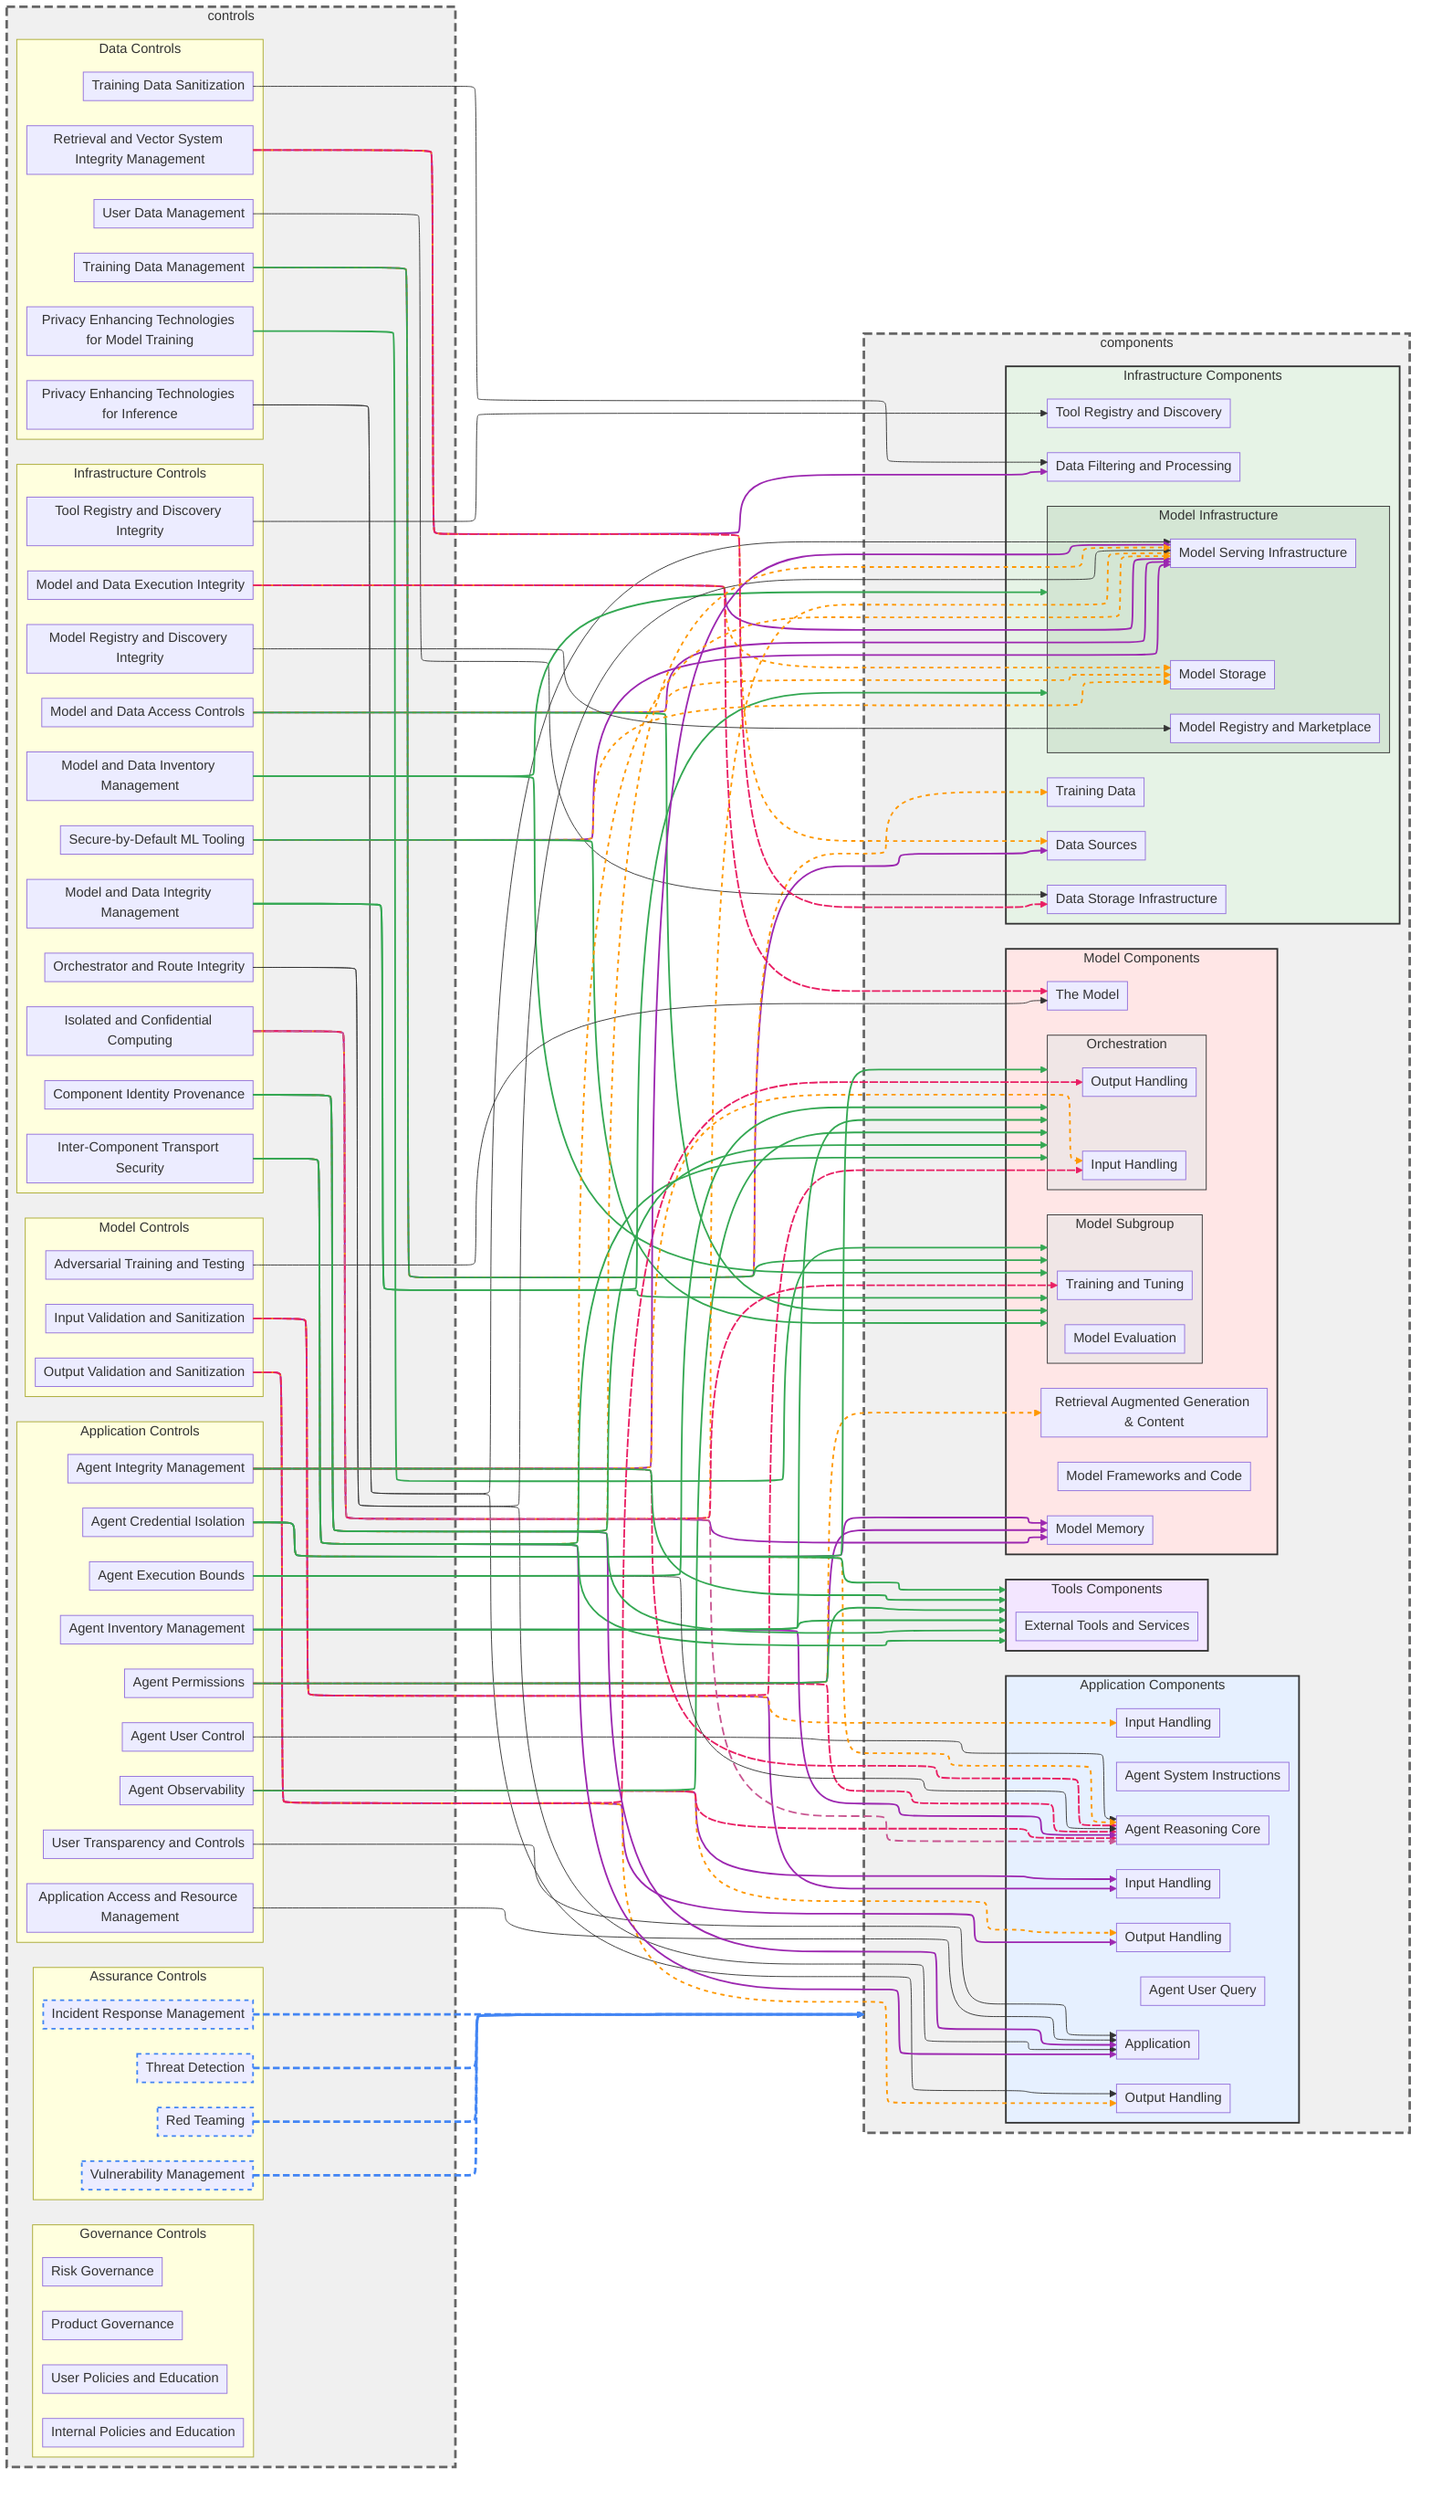
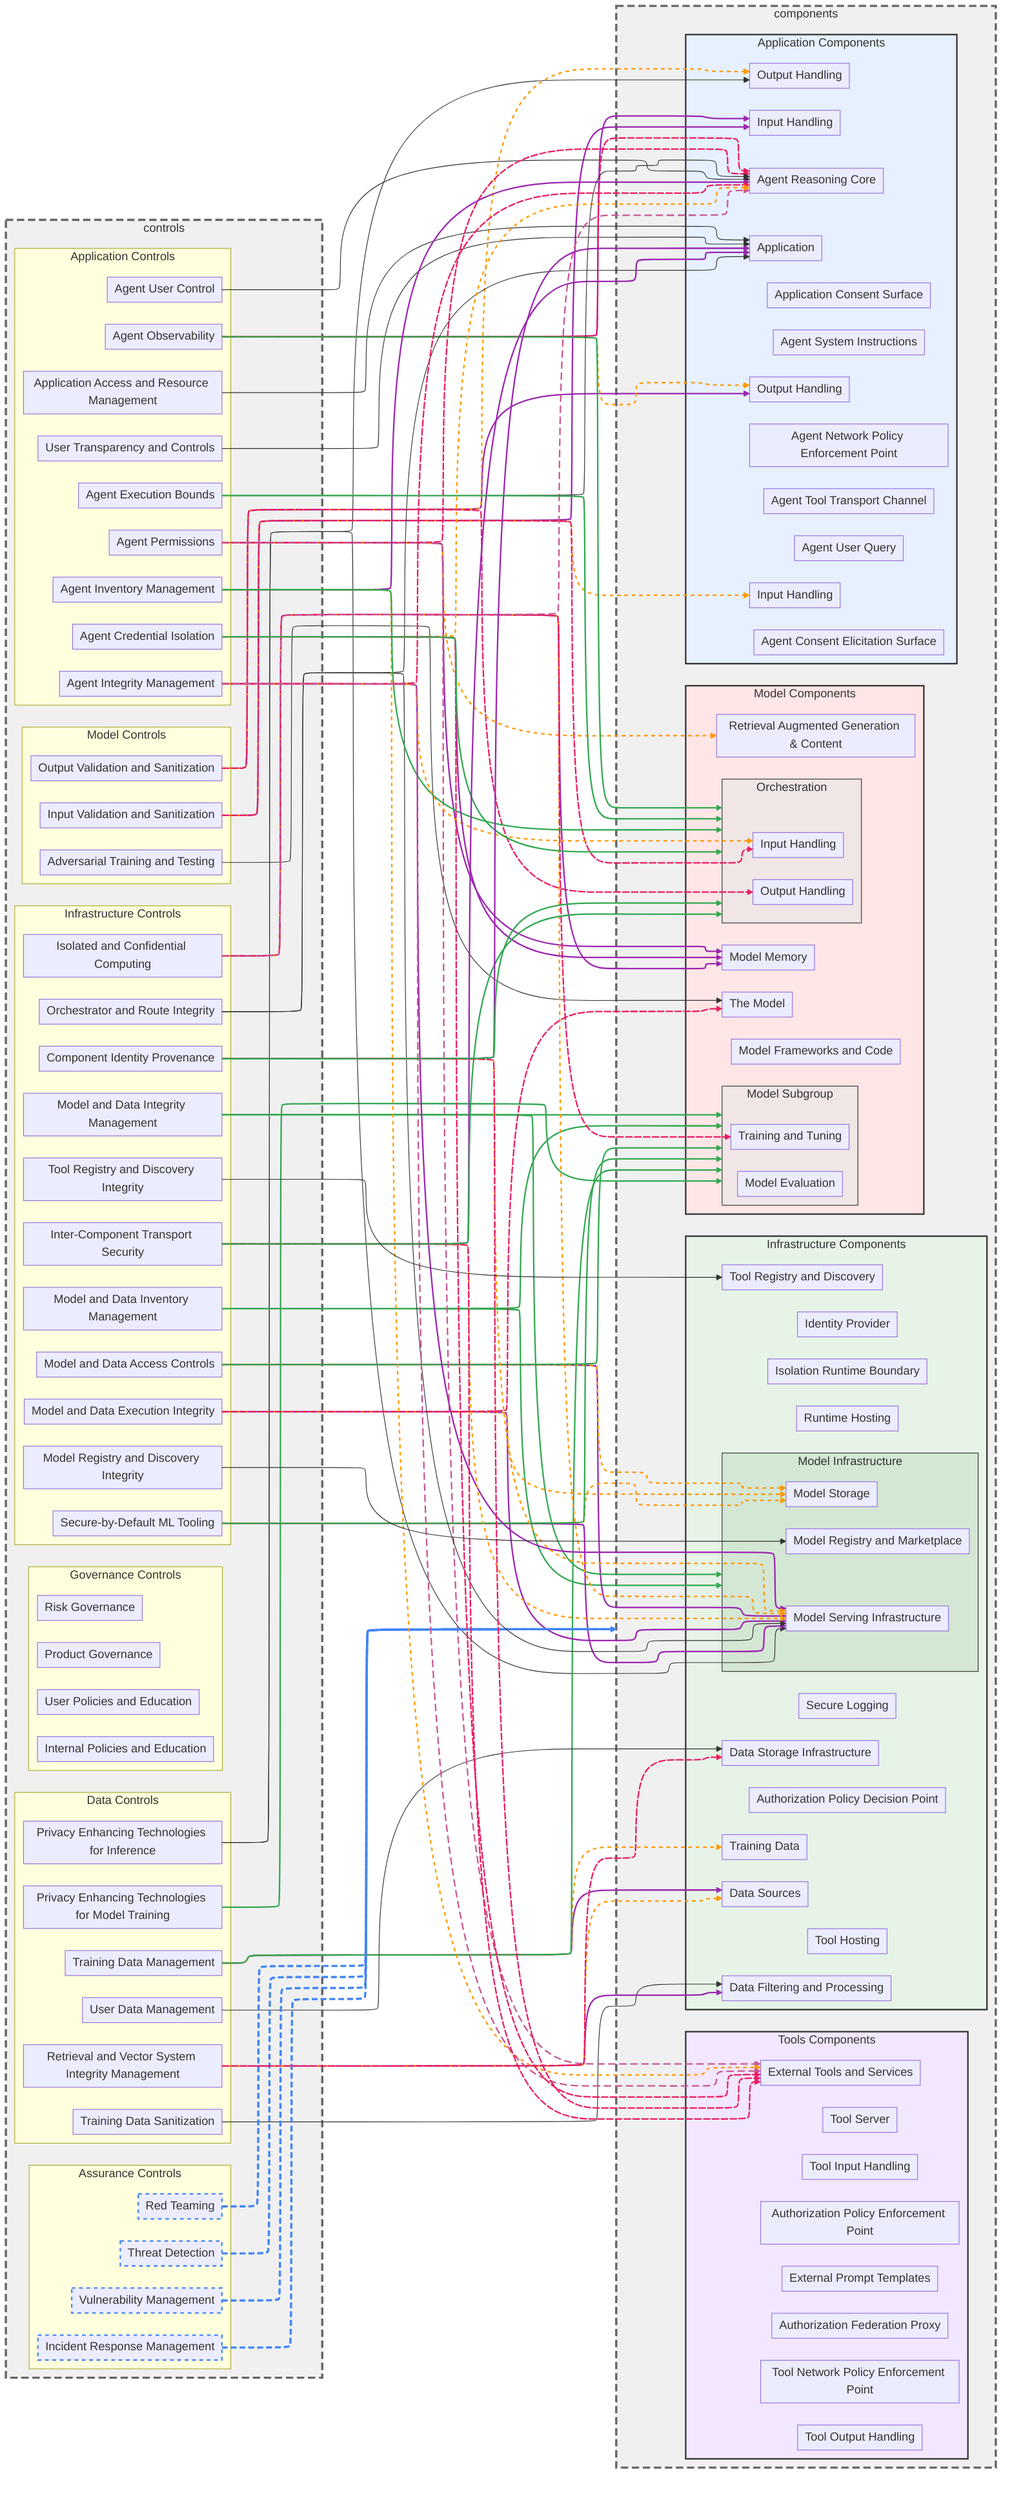
---
config:
  layout: elk
  elk:
    mergeEdges: True
    nodePlacementStrategy: NETWORK_SIMPLEX
---

graph LR
   %%{init: {'flowchart': {'nodeSpacing': 25, 'rankSpacing': 150, 'padding': 5, 'wrappingWidth': 250}}}%%
    classDef hidden display: none;
    classDef allControl stroke:#4285f4,stroke-width:2px,stroke-dasharray: 5 5

    subgraph controls
    subgraph controlsData ["Data Controls"]
        controlModelPrivacyEnhancingTechnologies[Privacy Enhancing Technologies for Model Training]
        controlRetrievalAndVectorSystemIntegrity[Retrieval and Vector System Integrity Management]
        controlRuntimePrivacyEnhancingTechnologies[Privacy Enhancing Technologies for Inference]
        controlTrainingDataManagement[Training Data Management]
        controlTrainingDataSanitization[Training Data Sanitization]
        controlUserDataManagement[User Data Management]
    end

    subgraph controlsInfrastructure ["Infrastructure Controls"]
        controlComponentIdentityProvenance[Component Identity Provenance]
        controlInterComponentTransportSecurity[Inter-Component Transport Security]
        controlIsolatedConfidentialComputing[Isolated and Confidential Computing]
        controlModelAndDataAccessControls[Model and Data Access Controls]
        controlModelAndDataExecutionIntegrity[Model and Data Execution Integrity]
        controlModelAndDataIntegrityManagement[Model and Data Integrity Management]
        controlModelAndDataInventoryManagement[Model and Data Inventory Management]
        controlModelRegistryIntegrity[Model Registry and Discovery Integrity]
        controlOrchestratorAndRouteIntegrity[Orchestrator and Route Integrity]
        controlSecureByDefaultMLTooling[Secure-by-Default ML Tooling]
        controlToolRegistryAndDiscoveryIntegrity[Tool Registry and Discovery Integrity]
    end

    subgraph controlsModel ["Model Controls"]
        controlAdversarialTrainingAndTesting[Adversarial Training and Testing]
        controlInputValidationAndSanitization[Input Validation and Sanitization]
        controlOutputValidationAndSanitization[Output Validation and Sanitization]
    end

    subgraph controlsApplication ["Application Controls"]
        controlAgentCredentialIsolation[Agent Credential Isolation]
        controlAgentExecutionBounds[Agent Execution Bounds]
        controlAgentIntegrityManagement[Agent Integrity Management]
        controlAgentInventoryManagement[Agent Inventory Management]
        controlAgentObservability[Agent Observability]
        controlAgentPluginPermissions[Agent Permissions]
        controlAgentPluginUserControl[Agent User Control]
        controlApplicationAccessManagement[Application Access and Resource Management]
        controlUserTransparencyAndControls[User Transparency and Controls]
    end

    subgraph controlsAssurance ["Assurance Controls"]
        controlIncidentResponseManagement[Incident Response Management]
        controlRedTeaming[Red Teaming]
        controlThreatDetection[Threat Detection]
        controlVulnerabilityManagement[Vulnerability Management]
    end

    subgraph controlsGovernance ["Governance Controls"]
        direction LR
        controlInternalPoliciesAndEducation[Internal Policies and Education]
        controlProductGovernance[Product Governance]
        controlRiskGovernance[Risk Governance]
        controlUserPoliciesAndEducation[User Policies and Education]
    end

    end

    subgraph components
    subgraph componentsInfrastructure ["Infrastructure Components"]
+         componentAuthorizationPolicyDecisionPoint[Authorization Policy Decision Point]
        componentDataFilteringAndProcessing[Data Filtering and Processing]
        componentDataSources[Data Sources]
        componentDataStorage[Data Storage Infrastructure]
+         componentIdentityProvider[Identity Provider]
+         componentIsolationRuntime[Isolation Runtime Boundary]
+         componentRuntimeHosting[Runtime Hosting]
+         componentSecureLogging[Secure Logging]
+         componentToolHosting[Tool Hosting]
        componentToolRegistry[Tool Registry and Discovery]
        componentTrainingData[Training Data]
        subgraph componentsModelInfrastructure ["Model Infrastructure"]
            componentModelRegistry[Model Registry and Marketplace]
            componentModelServing[Model Serving Infrastructure]
            componentModelStorage[Model Storage]
        end
    end

    subgraph componentsModel ["Model Components"]
        componentMemory[Model Memory]
        componentModelFrameworksAndCode[Model Frameworks and Code]
        componentRAGContent[Retrieval Augmented Generation & Content]
        componentTheModel[The Model]
        subgraph componentsModelSubgroup ["Model Subgroup"]
            componentModelEvaluation[Model Evaluation]
            componentModelTrainingTuning[Training and Tuning]
        end
        subgraph componentsOrchestration ["Orchestration"]
            componentOrchestrationInputHandling[Input Handling]
            componentOrchestrationOutputHandling[Output Handling]
        end
    end

    subgraph componentsApplication ["Application Components"]
+         componentAgentConsentSurface[Agent Consent Elicitation Surface]
        componentAgentInputHandling[Input Handling]
+         componentAgentNetworkPolicyEnforcementPoint[Agent Network Policy Enforcement Point]
        componentAgentOutputHandling[Output Handling]
        componentAgentSystemInstruction[Agent System Instructions]
+         componentAgentToolTransport[Agent Tool Transport Channel]
        componentAgentUserQuery[Agent User Query]
        componentApplication[Application]
+         componentApplicationConsentSurface[Application Consent Surface]
        componentApplicationInputHandling[Input Handling]
        componentApplicationOutputHandling[Output Handling]
        componentReasoningCore[Agent Reasoning Core]
    end

    subgraph componentsTools ["Tools Components"]
+         componentAuthorizationPolicyEnforcementPoint[Authorization Policy Enforcement Point]
+         componentExternalPromptTemplate[External Prompt Templates]
+         componentFederationProxy[Authorization Federation Proxy]
+         componentToolInputHandling[Tool Input Handling]
+         componentToolNetworkPolicyEnforcementPoint[Tool Network Policy Enforcement Point]
+         componentToolOutputHandling[Tool Output Handling]
+         componentToolServer[Tool Server]
        componentTools[External Tools and Services]
    end

    end

    %% Control to Component relationships
    controlModelPrivacyEnhancingTechnologies --> componentsModelSubgroup
    controlRuntimePrivacyEnhancingTechnologies --> componentApplicationOutputHandling
    controlRuntimePrivacyEnhancingTechnologies --> componentModelServing
    controlTrainingDataManagement --> componentDataSources
    controlTrainingDataManagement --> componentTrainingData
    controlTrainingDataManagement --> componentsModelSubgroup
    controlTrainingDataSanitization --> componentDataFilteringAndProcessing
    controlUserDataManagement --> componentDataStorage
    controlModelAndDataInventoryManagement --> componentsModelInfrastructure
    controlModelAndDataInventoryManagement --> componentsModelSubgroup
    controlModelAndDataAccessControls --> componentModelServing
    controlModelAndDataAccessControls --> componentModelStorage
    controlModelAndDataAccessControls --> componentsModelSubgroup
    controlModelAndDataIntegrityManagement --> componentsModelInfrastructure
    controlModelAndDataIntegrityManagement --> componentsModelSubgroup
    controlModelAndDataExecutionIntegrity --> componentModelServing
    controlModelAndDataExecutionIntegrity --> componentModelStorage
    controlModelAndDataExecutionIntegrity --> componentTheModel
    controlSecureByDefaultMLTooling --> componentModelServing
    controlSecureByDefaultMLTooling --> componentModelStorage
    controlSecureByDefaultMLTooling --> componentsModelSubgroup
    controlInputValidationAndSanitization --> componentAgentInputHandling
    controlInputValidationAndSanitization --> componentApplicationInputHandling
    controlInputValidationAndSanitization --> componentOrchestrationInputHandling
    controlOutputValidationAndSanitization --> componentAgentOutputHandling
    controlOutputValidationAndSanitization --> componentApplicationOutputHandling
    controlOutputValidationAndSanitization --> componentOrchestrationOutputHandling
    controlAdversarialTrainingAndTesting --> componentTheModel
    controlApplicationAccessManagement --> componentApplication
    controlUserTransparencyAndControls --> componentApplication
    controlAgentPluginUserControl --> componentReasoningCore
    controlAgentPluginPermissions --> componentMemory
    controlAgentPluginPermissions --> componentRAGContent
    controlAgentPluginPermissions --> componentReasoningCore
-     controlAgentPluginPermissions --> componentsTools
+     controlAgentPluginPermissions --> componentTools
    controlRedTeaming -.-> components
    controlVulnerabilityManagement -.-> components
    controlThreatDetection -.-> components
    controlIncidentResponseManagement -.-> components
    controlAgentObservability --> componentAgentInputHandling
    controlAgentObservability --> componentAgentOutputHandling
    controlAgentObservability --> componentReasoningCore
    controlAgentObservability --> componentsOrchestration
    controlIsolatedConfidentialComputing --> componentMemory
    controlIsolatedConfidentialComputing --> componentModelServing
    controlIsolatedConfidentialComputing --> componentModelTrainingTuning
    controlIsolatedConfidentialComputing --> componentReasoningCore
    controlRetrievalAndVectorSystemIntegrity --> componentDataFilteringAndProcessing
    controlRetrievalAndVectorSystemIntegrity --> componentDataSources
    controlRetrievalAndVectorSystemIntegrity --> componentDataStorage
    controlOrchestratorAndRouteIntegrity --> componentApplication
    controlOrchestratorAndRouteIntegrity --> componentModelServing
    controlAgentInventoryManagement --> componentReasoningCore
+     controlAgentInventoryManagement --> componentTools
    controlAgentInventoryManagement --> componentsOrchestration
-     controlAgentInventoryManagement --> componentsTools
    controlAgentIntegrityManagement --> componentModelServing
    controlAgentIntegrityManagement --> componentOrchestrationInputHandling
    controlAgentIntegrityManagement --> componentReasoningCore
-     controlAgentIntegrityManagement --> componentsTools
+     controlAgentIntegrityManagement --> componentTools
    controlAgentCredentialIsolation --> componentMemory
    controlAgentCredentialIsolation --> componentReasoningCore
+     controlAgentCredentialIsolation --> componentTools
    controlAgentCredentialIsolation --> componentsOrchestration
-     controlAgentCredentialIsolation --> componentsTools
    controlInterComponentTransportSecurity --> componentApplication
    controlInterComponentTransportSecurity --> componentModelServing
+     controlInterComponentTransportSecurity --> componentTools
    controlInterComponentTransportSecurity --> componentsOrchestration
-     controlInterComponentTransportSecurity --> componentsTools
    controlComponentIdentityProvenance --> componentApplication
    controlComponentIdentityProvenance --> componentModelServing
+     controlComponentIdentityProvenance --> componentTools
    controlComponentIdentityProvenance --> componentsOrchestration
-     controlComponentIdentityProvenance --> componentsTools
    controlAgentExecutionBounds --> componentReasoningCore
    controlAgentExecutionBounds --> componentsOrchestration
    controlModelRegistryIntegrity --> componentModelRegistry
    controlToolRegistryAndDiscoveryIntegrity --> componentToolRegistry

    %% Apply styling to controls mapped to 'all'
    controlIncidentResponseManagement:::allControl
    controlRedTeaming:::allControl
    controlThreatDetection:::allControl
    controlVulnerabilityManagement:::allControl

    %% Edge styling
    linkStyle 35,36,37,38 stroke:#4285f4,stroke-width:3px,stroke-dasharray: 8 4
-     linkStyle 0,5,8,9,12,13,14,20,34,42,53,54,58,61,62,65,66,69,70,72 stroke:#34a853,stroke-width:2px
+     linkStyle 0,5,8,9,12,13,14,20,42,54,62,66,70,72 stroke:#34a853,stroke-width:2px
    linkStyle 3,10,15,18,21,24,31,39,43,47,52,55,59,63,67 stroke:#9c27b0,stroke-width:2px
-     linkStyle 4,11,16,19,22,25,32,40,44,48,56,60,64,68 stroke:#ff9800,stroke-width:2px,stroke-dasharray: 5 5
-     linkStyle 17,23,26,33,41,45,49,57 stroke:#e91e63,stroke-width:2px,stroke-dasharray: 10 2
-     linkStyle 46 stroke:#C95792,stroke-width:2px,stroke-dasharray: 10 5
+     linkStyle 4,11,16,19,22,25,32,40,44,48,53,56,60,64,68 stroke:#ff9800,stroke-width:2px,stroke-dasharray: 5 5
+     linkStyle 17,23,26,33,41,45,49,57,61,65,69 stroke:#e91e63,stroke-width:2px,stroke-dasharray: 10 2
+     linkStyle 34,46,58 stroke:#C95792,stroke-width:2px,stroke-dasharray: 10 5

%% Node style definitions
    style components fill:#f0f0f0,stroke:#666666,stroke-width:3px,stroke-dasharray: 10 5
    style controls fill:#f0f0f0,stroke:#666666,stroke-width:3px,stroke-dasharray: 10 5
    style componentsInfrastructure fill:#e6f3e6,stroke:#333333,stroke-width:2px
    style componentsApplication fill:#e6f0ff,stroke:#333333,stroke-width:2px
    style componentsModel fill:#ffe6e6,stroke:#333333,stroke-width:2px
    style componentsTools fill:#f3e6ff,stroke:#333333,stroke-width:2px
    style componentsModelInfrastructure fill:#d4e6d4,stroke:#333,stroke-width:1px
    style componentsModelSubgroup fill:#f0e6e6,stroke:#333,stroke-width:1px
    style componentsOrchestration fill:#f0e6e6,stroke:#333,stroke-width:1px
